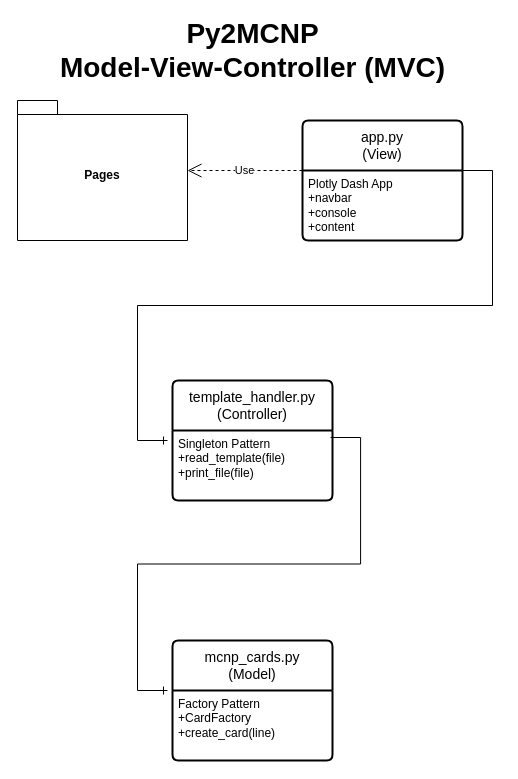
The draw.io diagram Template_Editor/diagrams/MVCDiagram.drawio in dbeauch/MUSE, before the edit. Source tidied: cells renumbered, new cells numbered last; positions are measured from the earlier drawing's top-left corner, leaving out a move shared by most shapes. Both pictures are drawn from the tidied source at 100%, with x=0, y=0 at pixel (17, 30).
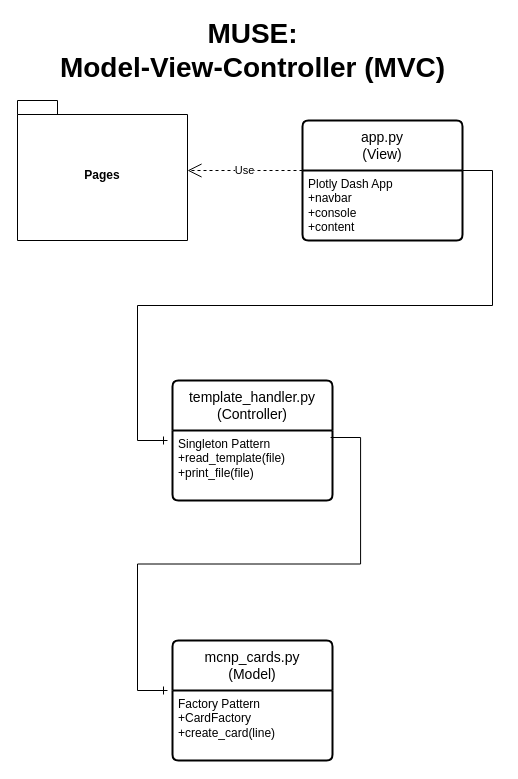
The same diagram, later.

Change to the diagram source:
```diff
@@
 <mxGraphModel>
   <root>
     <mxCell id="0" />
     <mxCell id="1" parent="0" />
     <mxCell id="2" value="app.py&lt;br&gt;(View)" style="swimlane;horizontal=1;startSize=50;rounded=1;fontSize=14;fontStyle=0;strokeWidth=2;shadow=0;dashed=0;align=center;arcSize=4;whiteSpace=wrap;html=1;" parent="1" vertex="1">
       <mxGeometry x="285" y="90" width="160" height="120" as="geometry" />
     </mxCell>
     <mxCell id="3" value="Plotly Dash App&lt;br&gt;+navbar&lt;br&gt;+console&lt;br&gt;+content" style="align=left;strokeColor=none;fillColor=none;spacingLeft=4;fontSize=12;verticalAlign=top;html=1;" parent="2" vertex="1">
       <mxGeometry y="50" width="160" height="70" as="geometry" />
     </mxCell>
     <mxCell id="4" value="template_handler.py&lt;br&gt;(Controller)" style="swimlane;horizontal=1;startSize=50;rounded=1;fontSize=14;fontStyle=0;strokeWidth=2;shadow=0;dashed=0;align=center;arcSize=4;whiteSpace=wrap;html=1;" parent="1" vertex="1">
       <mxGeometry x="155" y="350" width="160" height="120" as="geometry" />
     </mxCell>
     <mxCell id="5" style="edgeStyle=entityRelationEdgeStyle;fontSize=12;html=1;endArrow=ERone;endFill=1;rounded=0;exitX=0.988;exitY=0.1;exitDx=0;exitDy=0;exitPerimeter=0;" parent="4" edge="1" source="6">
       <mxGeometry relative="1" as="geometry">
         <mxPoint x="-5" y="310" as="targetPoint" />
       </mxGeometry>
     </mxCell>
     <mxCell id="6" value="Singleton Pattern&lt;br&gt;+read_template(file)&lt;br&gt;+print_file(file)" style="align=left;strokeColor=none;fillColor=none;spacingLeft=4;fontSize=12;verticalAlign=top;html=1;" parent="4" vertex="1">
       <mxGeometry y="50" width="160" height="70" as="geometry" />
     </mxCell>
     <mxCell id="7" value="mcnp_cards.py&lt;br&gt;(Model)" style="swimlane;horizontal=1;startSize=50;rounded=1;fontSize=14;fontStyle=0;strokeWidth=2;shadow=0;dashed=0;align=center;arcSize=4;whiteSpace=wrap;html=1;" parent="1" vertex="1">
       <mxGeometry x="155" y="610" width="160" height="120" as="geometry" />
     </mxCell>
     <mxCell id="8" value="Factory Pattern&lt;br&gt;+CardFactory&lt;br&gt;+create_card(line)" style="align=left;strokeColor=none;fillColor=none;spacingLeft=4;fontSize=12;verticalAlign=top;html=1;" parent="7" vertex="1">
       <mxGeometry y="50" width="160" height="70" as="geometry" />
     </mxCell>
     <mxCell id="9" style="edgeStyle=entityRelationEdgeStyle;fontSize=12;html=1;endArrow=ERone;endFill=1;rounded=0;exitX=1;exitY=0;exitDx=0;exitDy=0;" parent="1" edge="1" source="3">
       <mxGeometry relative="1" as="geometry">
         <mxPoint x="150" y="410" as="targetPoint" />
       </mxGeometry>
     </mxCell>
-    <mxCell id="10" value="Py2MCNP&lt;br style=&quot;font-size: 28px;&quot;&gt;Model-View-Controller (MVC)" style="text;strokeColor=none;fillColor=none;html=1;fontSize=28;fontStyle=1;verticalAlign=middle;align=center;" parent="1" vertex="1">
+    <mxCell id="10" value="MUSE:&lt;br style=&quot;font-size: 28px;&quot;&gt;Model-View-Controller (MVC)" style="text;strokeColor=none;fillColor=none;html=1;fontSize=28;fontStyle=1;verticalAlign=middle;align=center;" parent="1" vertex="1">
       <mxGeometry x="185" width="100" height="40" as="geometry" />
     </mxCell>
     <mxCell id="11" value="Pages" style="shape=folder;fontStyle=1;spacingTop=10;tabWidth=40;tabHeight=14;tabPosition=left;html=1;whiteSpace=wrap;" parent="1" vertex="1">
       <mxGeometry y="70" width="170" height="140" as="geometry" />
     </mxCell>
     <mxCell id="12" value="Use" style="endArrow=open;endSize=12;dashed=1;html=1;rounded=0;exitX=0;exitY=0;exitDx=0;exitDy=0;" parent="1" edge="1" source="3" target="11">
       <mxGeometry relative="1" as="geometry" />
     </mxCell>
   </root>
 </mxGraphModel>
```
